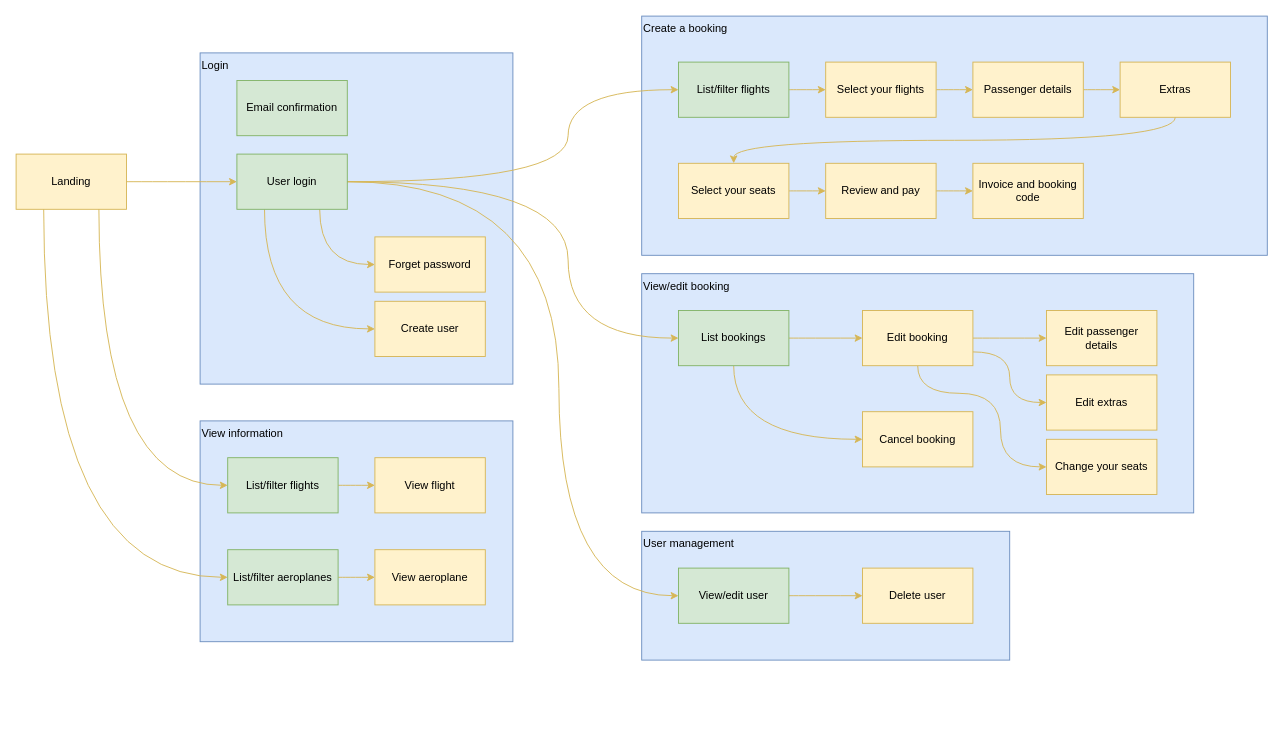
This is SiteMap.drawio from DamianCoventry/DairyFlatAirportWebSite, a draw.io file, before an edit. Source tidied: cells renumbered, new cells numbered last; positions are measured from the earlier drawing's top-left corner, leaving out a move shared by most shapes. Both pictures are drawn from the tidied source at 92%, with x=0, y=0 at pixel (16, 16).
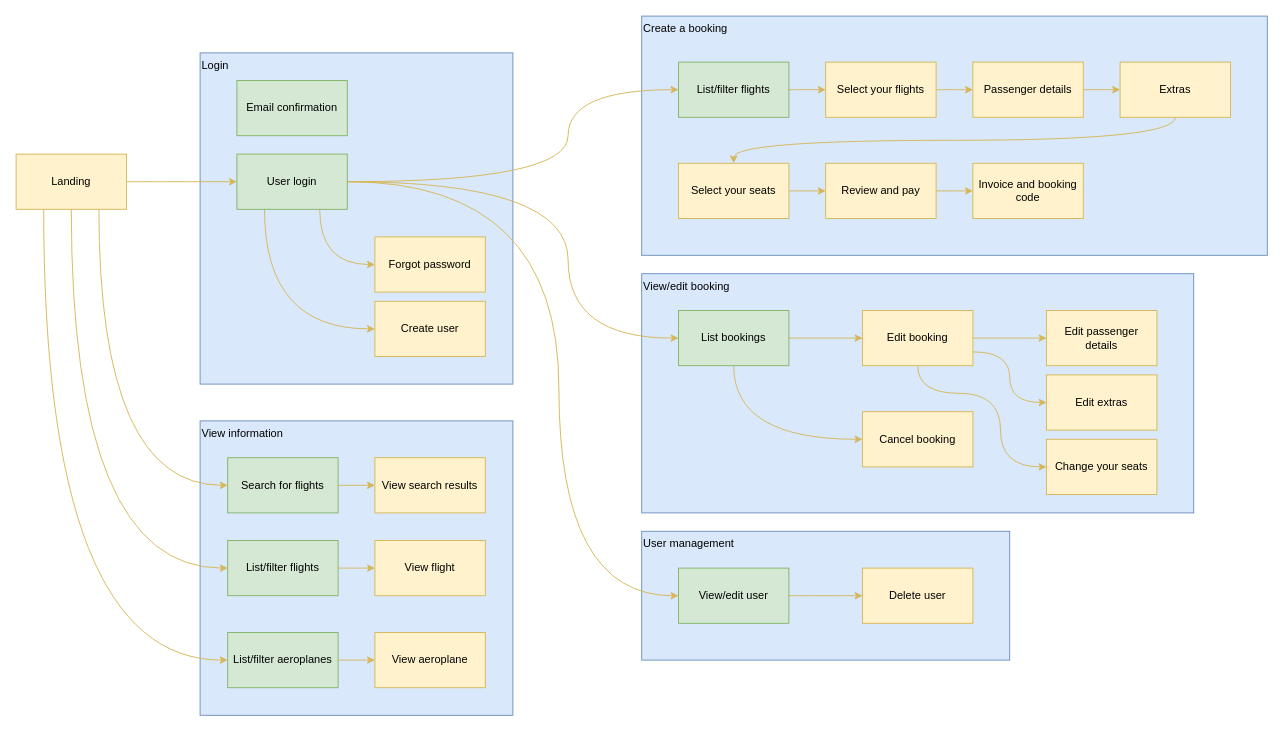
The same page after the edit.

The change refers to these unchanged cells:
```xml
<mxCell id="7" value="Landing" style="rounded=0;whiteSpace=wrap;html=1;fillColor=#fff2cc;strokeColor=#d6b656;" parent="1" vertex="1">
  <mxGeometry y="150" width="120" height="60" as="geometry" />
</mxCell>
```

Change to the diagram source:
```diff
@@
     <mxCell id="21" value="View information" style="rounded=0;whiteSpace=wrap;html=1;verticalAlign=top;fillColor=#dae8fc;strokeColor=#6c8ebf;align=left;" parent="1" vertex="1">
-      <mxGeometry x="200" y="440" width="340" height="240" as="geometry" />
+      <mxGeometry x="200" y="440" width="340" height="320" as="geometry" />
     </mxCell>
@@
     <mxCell id="34" value="List/filter flights" style="rounded=0;whiteSpace=wrap;html=1;fillColor=#d5e8d4;strokeColor=#82b366;" parent="1" vertex="1">
-      <mxGeometry x="230" y="480" width="120" height="60" as="geometry" />
+      <mxGeometry x="230" y="570" width="120" height="60" as="geometry" />
     </mxCell>
@@
     <mxCell id="36" value="List/filter aeroplanes" style="rounded=0;whiteSpace=wrap;html=1;fillColor=#d5e8d4;strokeColor=#82b366;" parent="1" vertex="1">
-      <mxGeometry x="230" y="580" width="120" height="60" as="geometry" />
+      <mxGeometry x="230" y="670" width="120" height="60" as="geometry" />
     </mxCell>
     <mxCell id="37" value="View aeroplane" style="rounded=0;whiteSpace=wrap;html=1;fillColor=#fff2cc;strokeColor=#d6b656;" parent="1" vertex="1">
-      <mxGeometry x="390" y="580" width="120" height="60" as="geometry" />
+      <mxGeometry x="390" y="670" width="120" height="60" as="geometry" />
     </mxCell>
     <mxCell id="38" value="View flight" style="rounded=0;whiteSpace=wrap;html=1;fillColor=#fff2cc;strokeColor=#d6b656;" parent="1" vertex="1">
-      <mxGeometry x="390" y="480" width="120" height="60" as="geometry" />
+      <mxGeometry x="390" y="570" width="120" height="60" as="geometry" />
     </mxCell>
-    <mxCell id="39" style="edgeStyle=orthogonalEdgeStyle;curved=1;rounded=0;jettySize=auto;html=1;entryX=0;entryY=0.5;entryDx=0;entryDy=0;exitX=0.75;exitY=1;exitDx=0;exitDy=0;fillColor=#fff2cc;strokeColor=#d6b656;" parent="1" edge="1" source="7" target="34">
+    <mxCell id="39" style="edgeStyle=orthogonalEdgeStyle;curved=1;rounded=0;jettySize=auto;html=1;entryX=0;entryY=0.5;entryDx=0;entryDy=0;exitX=0.5;exitY=1;exitDx=0;exitDy=0;fillColor=#fff2cc;strokeColor=#d6b656;" parent="1" edge="1" source="7" target="34">
       <mxGeometry relative="1" as="geometry" />
     </mxCell>
@@
-    <mxCell id="51" value="Forget password" style="rounded=0;whiteSpace=wrap;html=1;fillColor=#fff2cc;strokeColor=#d6b656;" parent="1" vertex="1">
+    <mxCell id="51" value="Forgot password" style="rounded=0;whiteSpace=wrap;html=1;fillColor=#fff2cc;strokeColor=#d6b656;" parent="1" vertex="1">
       <mxGeometry x="390" y="240" width="120" height="60" as="geometry" />
     </mxCell>
@@
+    <mxCell id="53" style="edgeStyle=orthogonalEdgeStyle;curved=1;rounded=0;jettySize=auto;html=1;fillColor=#fff2cc;strokeColor=#d6b656;" parent="1" edge="1" source="54" target="55">
+      <mxGeometry relative="1" as="geometry" />
+    </mxCell>
+    <mxCell id="54" value="Search for flights" style="rounded=0;whiteSpace=wrap;html=1;fillColor=#d5e8d4;strokeColor=#82b366;" parent="1" vertex="1">
+      <mxGeometry x="230" y="480" width="120" height="60" as="geometry" />
+    </mxCell>
+    <mxCell id="55" value="View search results" style="rounded=0;whiteSpace=wrap;html=1;fillColor=#fff2cc;strokeColor=#d6b656;" parent="1" vertex="1">
+      <mxGeometry x="390" y="480" width="120" height="60" as="geometry" />
+    </mxCell>
+    <mxCell id="56" style="edgeStyle=orthogonalEdgeStyle;curved=1;rounded=0;jettySize=auto;html=1;entryX=0;entryY=0.5;entryDx=0;entryDy=0;exitX=0.75;exitY=1;exitDx=0;exitDy=0;fillColor=#fff2cc;strokeColor=#d6b656;" parent="1" edge="1" source="7" target="54">
+      <mxGeometry relative="1" as="geometry" />
+    </mxCell>
```
